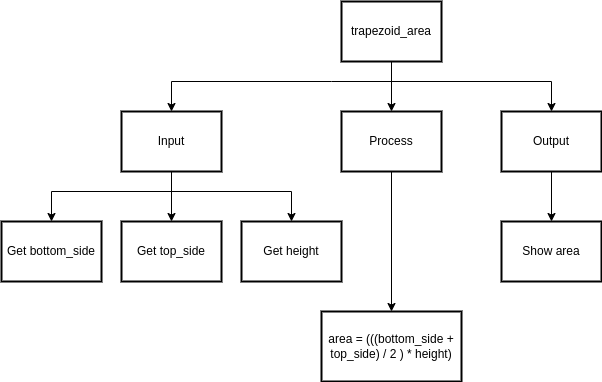
Above: drawio/topDownDesign/topDownDesign.png in Aidan-Lalonde-Novales/ICS3U-Assignment-2-Python (draw.io), before the change. Source tidied: cells renumbered, new cells last; positions are measured from the earlier drawing's top-left corner, leaving out a move shared by most shapes.
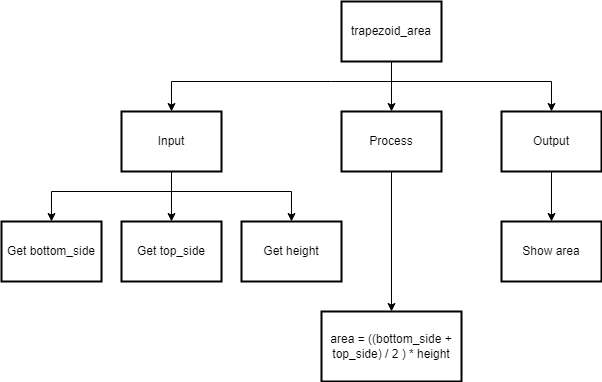
The same file after the commit.

What changed in the source:
```diff
@@ -65,7 +65,7 @@
     <mxCell id="15" value="Show area" style="rounded=0;whiteSpace=wrap;html=1;absoluteArcSize=1;arcSize=14;strokeWidth=2;" parent="1" vertex="1">
       <mxGeometry x="500" y="220" width="100" height="60" as="geometry" />
     </mxCell>
-    <mxCell id="16" value="area = (((bottom_side + top_side) / 2 ) * height)" style="rounded=0;whiteSpace=wrap;html=1;absoluteArcSize=1;arcSize=14;strokeWidth=2;" parent="1" vertex="1">
+    <mxCell id="16" value="area = ((bottom_side + top_side) / 2 ) * height" style="rounded=0;whiteSpace=wrap;html=1;absoluteArcSize=1;arcSize=14;strokeWidth=2;" parent="1" vertex="1">
       <mxGeometry x="320" y="310" width="140" height="70" as="geometry" />
     </mxCell>
     <mxCell id="17" value="Get top_side" style="rounded=0;whiteSpace=wrap;html=1;absoluteArcSize=1;arcSize=14;strokeWidth=2;" parent="1" vertex="1">
```
